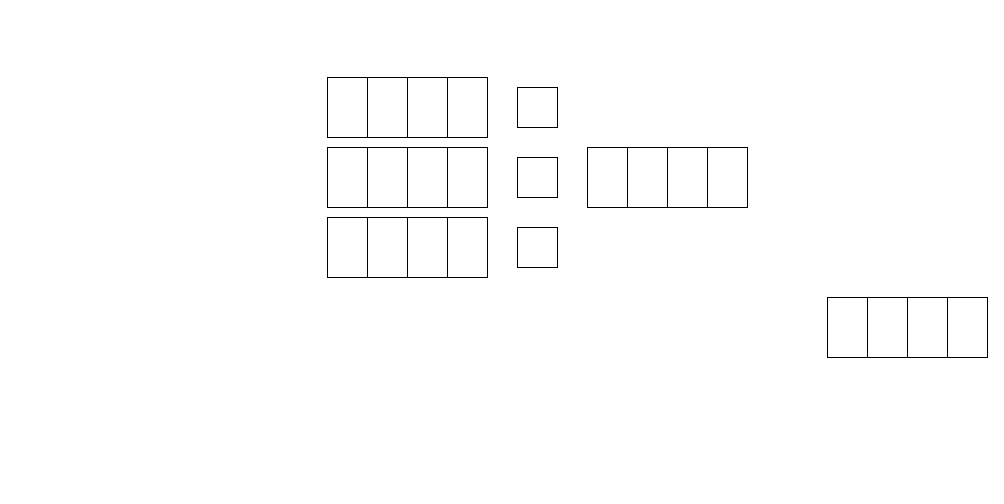
Earlier version of the draw.io diagram 未命名绘图.drawio (ZhangzeqingCN/api-project). Source tidied: cells renumbered, new cells numbered last; positions are measured from the earlier drawing's top-left corner, leaving out a move shared by most shapes. Both pictures are drawn from the tidied source at 100%, with x=0, y=0 at pixel (327, 77).
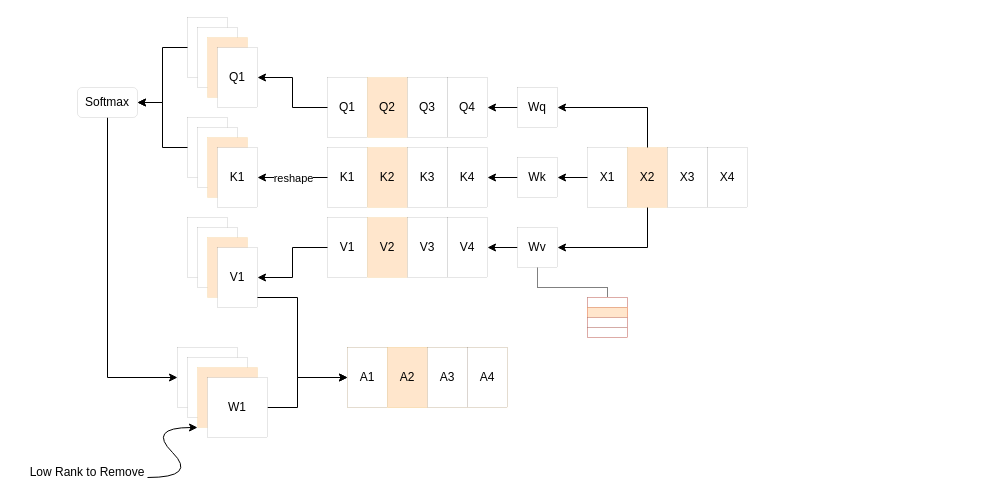
After the change.

Commit message (it also covers changes not shown here):
更新未命名绘图.drawio

What changed in the source:
```diff
@@
-    <mxCell id="2" style="rounded=0;whiteSpace=wrap;html=1;" parent="1" vertex="1">
-      <mxGeometry x="500" y="220" width="40" height="60" as="geometry" />
-    </mxCell>
-    <mxCell id="3" style="rounded=0;whiteSpace=wrap;html=1;" parent="1" vertex="1">
-      <mxGeometry x="540" y="220" width="40" height="60" as="geometry" />
-    </mxCell>
-    <mxCell id="4" style="rounded=0;whiteSpace=wrap;html=1;" parent="1" vertex="1">
-      <mxGeometry x="580" y="220" width="40" height="60" as="geometry" />
-    </mxCell>
-    <mxCell id="5" style="rounded=0;whiteSpace=wrap;html=1;" parent="1" vertex="1">
-      <mxGeometry x="620" y="220" width="40" height="60" as="geometry" />
-    </mxCell>
-    <mxCell id="6" style="group;" parent="1" vertex="1">
+    <mxCell id="6" style="group;strokeColor=none;fillColor=default;strokeWidth=0;" parent="1" vertex="1">
       <mxGeometry y="140" width="160" height="60" as="geometry" />
     </mxCell>
-    <mxCell id="7" style="rounded=0;whiteSpace=wrap;html=1;" parent="6" vertex="1">
+    <mxCell id="7" value="V1" style="rounded=0;whiteSpace=wrap;html=1;strokeWidth=0;" parent="6" vertex="1">
       <mxGeometry width="40" height="60" as="geometry" />
     </mxCell>
-    <mxCell id="8" style="rounded=0;whiteSpace=wrap;html=1;" parent="6" vertex="1">
+    <mxCell id="8" value="V2" style="rounded=0;whiteSpace=wrap;html=1;fillColor=#ffe6cc;strokeColor=#d79b00;strokeWidth=0;" parent="6" vertex="1">
       <mxGeometry x="40" width="40" height="60" as="geometry" />
     </mxCell>
-    <mxCell id="9" style="rounded=0;whiteSpace=wrap;html=1;" parent="6" vertex="1">
+    <mxCell id="9" value="V3" style="rounded=0;whiteSpace=wrap;html=1;strokeWidth=0;" parent="6" vertex="1">
       <mxGeometry x="80" width="40" height="60" as="geometry" />
     </mxCell>
-    <mxCell id="10" style="rounded=0;whiteSpace=wrap;html=1;" parent="6" vertex="1">
+    <mxCell id="10" value="V4" style="rounded=0;whiteSpace=wrap;html=1;strokeWidth=0;" parent="6" vertex="1">
       <mxGeometry x="120" width="40" height="60" as="geometry" />
     </mxCell>
-    <mxCell id="11" style="group;" parent="1" vertex="1">
+    <mxCell id="11" style="group;strokeWidth=0;" parent="1" vertex="1">
       <mxGeometry y="70" width="160" height="60" as="geometry" />
     </mxCell>
-    <mxCell id="12" style="rounded=0;whiteSpace=wrap;html=1;" parent="11" vertex="1">
+    <mxCell id="12" value="K1" style="rounded=0;whiteSpace=wrap;html=1;strokeWidth=0;" parent="11" vertex="1">
       <mxGeometry width="40" height="60" as="geometry" />
     </mxCell>
-    <mxCell id="13" style="rounded=0;whiteSpace=wrap;html=1;" parent="11" vertex="1">
+    <mxCell id="13" value="K2" style="rounded=0;whiteSpace=wrap;html=1;fillColor=#ffe6cc;strokeColor=#d79b00;strokeWidth=0;" parent="11" vertex="1">
       <mxGeometry x="40" width="40" height="60" as="geometry" />
     </mxCell>
-    <mxCell id="14" style="rounded=0;whiteSpace=wrap;html=1;" parent="11" vertex="1">
+    <mxCell id="14" value="K3" style="rounded=0;whiteSpace=wrap;html=1;strokeWidth=0;" parent="11" vertex="1">
       <mxGeometry x="80" width="40" height="60" as="geometry" />
     </mxCell>
-    <mxCell id="15" style="rounded=0;whiteSpace=wrap;html=1;" parent="11" vertex="1">
+    <mxCell id="15" value="K4" style="rounded=0;whiteSpace=wrap;html=1;strokeWidth=0;" parent="11" vertex="1">
       <mxGeometry x="120" width="40" height="60" as="geometry" />
     </mxCell>
-    <mxCell id="16" style="group;" parent="1" vertex="1">
+    <mxCell id="16" style="group;strokeWidth=0;" parent="1" vertex="1">
       <mxGeometry width="160" height="60" as="geometry" />
     </mxCell>
-    <mxCell id="17" style="rounded=0;whiteSpace=wrap;html=1;" parent="16" vertex="1">
+    <mxCell id="17" value="Q1" style="rounded=0;whiteSpace=wrap;html=1;strokeWidth=0;" parent="16" vertex="1">
       <mxGeometry width="40" height="60" as="geometry" />
     </mxCell>
-    <mxCell id="18" style="rounded=0;whiteSpace=wrap;html=1;" parent="16" vertex="1">
+    <mxCell id="18" value="Q2" style="rounded=0;whiteSpace=wrap;html=1;fillColor=#ffe6cc;strokeColor=#d79b00;strokeWidth=0;" parent="16" vertex="1">
       <mxGeometry x="40" width="40" height="60" as="geometry" />
     </mxCell>
-    <mxCell id="19" style="rounded=0;whiteSpace=wrap;html=1;" parent="16" vertex="1">
+    <mxCell id="19" value="Q3" style="rounded=0;whiteSpace=wrap;html=1;strokeWidth=0;" parent="16" vertex="1">
       <mxGeometry x="80" width="40" height="60" as="geometry" />
     </mxCell>
-    <mxCell id="20" style="rounded=0;whiteSpace=wrap;html=1;" parent="16" vertex="1">
+    <mxCell id="20" value="Q4" style="rounded=0;whiteSpace=wrap;html=1;strokeWidth=0;" parent="16" vertex="1">
       <mxGeometry x="120" width="40" height="60" as="geometry" />
     </mxCell>
-    <mxCell id="21" style="group;" parent="1" vertex="1">
+    <mxCell id="21" style="group;strokeWidth=0;" parent="1" vertex="1">
       <mxGeometry x="260" y="70" width="160" height="60" as="geometry" />
     </mxCell>
-    <mxCell id="22" style="rounded=0;whiteSpace=wrap;html=1;" parent="21" vertex="1">
+    <mxCell id="22" value="X1" style="rounded=0;whiteSpace=wrap;html=1;strokeWidth=0;" parent="21" vertex="1">
       <mxGeometry width="40" height="60" as="geometry" />
     </mxCell>
-    <mxCell id="23" style="rounded=0;whiteSpace=wrap;html=1;" parent="21" vertex="1">
+    <mxCell id="23" value="X2" style="rounded=0;whiteSpace=wrap;html=1;fillColor=#ffe6cc;strokeColor=#d79b00;strokeWidth=0;" parent="21" vertex="1">
       <mxGeometry x="40" width="40" height="60" as="geometry" />
     </mxCell>
-    <mxCell id="24" style="rounded=0;whiteSpace=wrap;html=1;" parent="21" vertex="1">
+    <mxCell id="24" value="X3" style="rounded=0;whiteSpace=wrap;html=1;strokeWidth=0;" parent="21" vertex="1">
       <mxGeometry x="80" width="40" height="60" as="geometry" />
     </mxCell>
-    <mxCell id="25" style="rounded=0;whiteSpace=wrap;html=1;" parent="21" vertex="1">
+    <mxCell id="25" value="X4" style="rounded=0;whiteSpace=wrap;html=1;strokeWidth=0;" parent="21" vertex="1">
       <mxGeometry x="120" width="40" height="60" as="geometry" />
     </mxCell>
+    <mxCell id="29" style="edgeStyle=orthogonalEdgeStyle;rounded=0;jettySize=auto;html=1;" parent="1" edge="1" source="26" target="20">
+      <mxGeometry relative="1" as="geometry" />
+    </mxCell>
-    <mxCell id="26" style="whiteSpace=wrap;html=1;" parent="1" vertex="1">
+    <mxCell id="26" value="Wq" style="whiteSpace=wrap;html=1;strokeWidth=0;" parent="1" vertex="1">
       <mxGeometry x="190" y="10" width="40" height="40" as="geometry" />
     </mxCell>
+    <mxCell id="30" style="edgeStyle=orthogonalEdgeStyle;rounded=0;jettySize=auto;html=1;" parent="1" edge="1" source="27" target="15">
+      <mxGeometry relative="1" as="geometry" />
+    </mxCell>
-    <mxCell id="27" style="whiteSpace=wrap;html=1;" parent="1" vertex="1">
+    <mxCell id="27" value="Wk" style="whiteSpace=wrap;html=1;strokeWidth=0;" parent="1" vertex="1">
       <mxGeometry x="190" y="80" width="40" height="40" as="geometry" />
     </mxCell>
+    <mxCell id="31" style="edgeStyle=orthogonalEdgeStyle;rounded=0;jettySize=auto;html=1;" parent="1" edge="1" source="28" target="10">
+      <mxGeometry relative="1" as="geometry" />
+    </mxCell>
+    <mxCell id="32" style="edgeStyle=orthogonalEdgeStyle;rounded=0;jettySize=auto;html=1;entryX=0.5;entryY=0;entryDx=0;entryDy=0;dashed=1;dashPattern=1 1;strokeColor=default;endArrow=none;startFill=0;strokeWidth=1;" parent="1" edge="1" source="28" target="72">
+      <mxGeometry relative="1" as="geometry">
+        <Array as="points">
+          <mxPoint x="210" y="210" />
+          <mxPoint x="280" y="210" />
+        </Array>
+      </mxGeometry>
+    </mxCell>
-    <mxCell id="28" style="whiteSpace=wrap;html=1;" parent="1" vertex="1">
+    <mxCell id="28" value="Wv" style="whiteSpace=wrap;html=1;strokeWidth=0;" parent="1" vertex="1">
       <mxGeometry x="190" y="150" width="40" height="40" as="geometry" />
     </mxCell>
+    <mxCell id="33" style="edgeStyle=orthogonalEdgeStyle;rounded=0;jettySize=auto;html=1;entryX=1;entryY=0.5;entryDx=0;entryDy=0;" parent="1" edge="1" source="22" target="27">
+      <mxGeometry relative="1" as="geometry" />
+    </mxCell>
+    <mxCell id="34" style="edgeStyle=orthogonalEdgeStyle;rounded=0;jettySize=auto;html=1;entryX=1;entryY=0.5;entryDx=0;entryDy=0;" parent="1" edge="1" source="23" target="28">
+      <mxGeometry relative="1" as="geometry">
+        <Array as="points">
+          <mxPoint x="320" y="170" />
+        </Array>
+      </mxGeometry>
+    </mxCell>
+    <mxCell id="35" style="edgeStyle=orthogonalEdgeStyle;rounded=0;jettySize=auto;html=1;entryX=1;entryY=0.5;entryDx=0;entryDy=0;" parent="1" edge="1" source="23" target="26">
+      <mxGeometry relative="1" as="geometry">
+        <Array as="points">
+          <mxPoint x="320" y="30" />
+        </Array>
+      </mxGeometry>
+    </mxCell>
+    <mxCell id="36" style="group;strokeWidth=0;" parent="1" vertex="1">
+      <mxGeometry x="-140" y="-60" width="70" height="90" as="geometry" />
+    </mxCell>
+    <mxCell id="37" style="rounded=0;whiteSpace=wrap;html=1;strokeWidth=0;" parent="36" vertex="1">
+      <mxGeometry width="40" height="60" as="geometry" />
+    </mxCell>
+    <mxCell id="38" style="rounded=0;whiteSpace=wrap;html=1;strokeWidth=0;" parent="36" vertex="1">
+      <mxGeometry x="10" y="10" width="40" height="60" as="geometry" />
+    </mxCell>
+    <mxCell id="39" style="rounded=0;whiteSpace=wrap;html=1;fillColor=#ffe6cc;strokeColor=#d79b00;strokeWidth=0;" parent="36" vertex="1">
+      <mxGeometry x="20" y="20" width="40" height="60" as="geometry" />
+    </mxCell>
+    <mxCell id="40" value="Q1" style="rounded=0;whiteSpace=wrap;html=1;strokeWidth=0;" parent="36" vertex="1">
+      <mxGeometry x="30" y="30" width="40" height="60" as="geometry" />
+    </mxCell>
+    <mxCell id="41" style="group;strokeWidth=0;" parent="1" vertex="1">
+      <mxGeometry x="-140" y="40" width="70" height="90" as="geometry" />
+    </mxCell>
+    <mxCell id="42" style="rounded=0;whiteSpace=wrap;html=1;strokeWidth=0;" parent="41" vertex="1">
+      <mxGeometry width="40" height="60" as="geometry" />
+    </mxCell>
+    <mxCell id="43" style="rounded=0;whiteSpace=wrap;html=1;strokeWidth=0;" parent="41" vertex="1">
+      <mxGeometry x="10" y="10" width="40" height="60" as="geometry" />
+    </mxCell>
+    <mxCell id="44" style="rounded=0;whiteSpace=wrap;html=1;fillColor=#ffe6cc;strokeColor=#d79b00;strokeWidth=0;" parent="41" vertex="1">
+      <mxGeometry x="20" y="20" width="40" height="60" as="geometry" />
+    </mxCell>
+    <mxCell id="45" value="K1" style="rounded=0;whiteSpace=wrap;html=1;strokeWidth=0;" parent="41" vertex="1">
+      <mxGeometry x="30" y="30" width="40" height="60" as="geometry" />
+    </mxCell>
+    <mxCell id="46" style="group;strokeWidth=0;" parent="1" vertex="1">
+      <mxGeometry x="-140" y="140" width="70" height="90" as="geometry" />
+    </mxCell>
+    <mxCell id="47" style="rounded=0;whiteSpace=wrap;html=1;strokeWidth=0;" parent="46" vertex="1">
+      <mxGeometry width="40" height="60" as="geometry" />
+    </mxCell>
+    <mxCell id="48" style="rounded=0;whiteSpace=wrap;html=1;strokeWidth=0;" parent="46" vertex="1">
+      <mxGeometry x="10" y="10" width="40" height="60" as="geometry" />
+    </mxCell>
+    <mxCell id="49" style="rounded=0;whiteSpace=wrap;html=1;fillColor=#ffe6cc;strokeColor=#d79b00;strokeWidth=0;" parent="46" vertex="1">
+      <mxGeometry x="20" y="20" width="40" height="60" as="geometry" />
+    </mxCell>
+    <mxCell id="50" value="V1" style="rounded=0;whiteSpace=wrap;html=1;strokeWidth=0;" parent="46" vertex="1">
+      <mxGeometry x="30" y="30" width="40" height="60" as="geometry" />
+    </mxCell>
+    <mxCell id="51" style="edgeStyle=orthogonalEdgeStyle;rounded=0;jettySize=auto;html=1;" parent="1" edge="1" source="17" target="40">
+      <mxGeometry relative="1" as="geometry" />
+    </mxCell>
+    <mxCell id="52" style="edgeStyle=orthogonalEdgeStyle;rounded=0;jettySize=auto;html=1;" parent="1" edge="1" source="12" target="45">
+      <mxGeometry relative="1" as="geometry" />
+    </mxCell>
+    <mxCell id="53" value="reshape" style="edgeLabel;html=1;align=center;verticalAlign=middle;" parent="52" vertex="1">
+      <mxGeometry x="-0.01" y="2" relative="1" as="geometry">
+        <mxPoint y="-2" as="offset" />
+      </mxGeometry>
+    </mxCell>
+    <mxCell id="54" style="edgeStyle=orthogonalEdgeStyle;rounded=0;jettySize=auto;html=1;" parent="1" edge="1" source="7" target="50">
+      <mxGeometry relative="1" as="geometry" />
+    </mxCell>
+    <mxCell id="55" style="group;" parent="1" vertex="1">
+      <mxGeometry x="-150" y="270" width="90" height="90" as="geometry" />
+    </mxCell>
+    <mxCell id="56" style="rounded=0;whiteSpace=wrap;html=1;strokeWidth=0;" parent="55" vertex="1">
+      <mxGeometry width="60" height="60" as="geometry" />
+    </mxCell>
+    <mxCell id="57" style="rounded=0;whiteSpace=wrap;html=1;strokeWidth=0;" parent="55" vertex="1">
+      <mxGeometry x="10" y="10" width="60" height="60" as="geometry" />
+    </mxCell>
+    <mxCell id="58" style="rounded=0;whiteSpace=wrap;html=1;fillColor=#ffe6cc;strokeColor=#d79b00;strokeWidth=0;" parent="55" vertex="1">
+      <mxGeometry x="20" y="20" width="60" height="60" as="geometry" />
+    </mxCell>
+    <mxCell id="59" style="edgeStyle=orthogonalEdgeStyle;rounded=0;jettySize=auto;html=1;exitX=1;exitY=0.5;exitDx=0;exitDy=0;strokeWidth=1;" parent="55" edge="1" source="60">
+      <mxGeometry relative="1" as="geometry">
+        <mxPoint x="170" y="30" as="targetPoint" />
+        <Array as="points">
+          <mxPoint x="120" y="60" />
+          <mxPoint x="120" y="30" />
+        </Array>
+      </mxGeometry>
+    </mxCell>
+    <mxCell id="60" value="W1" style="rounded=0;whiteSpace=wrap;html=1;strokeWidth=0;" parent="55" vertex="1">
+      <mxGeometry x="30" y="30" width="60" height="60" as="geometry" />
+    </mxCell>
+    <mxCell id="61" style="edgeStyle=orthogonalEdgeStyle;rounded=0;jettySize=auto;html=1;entryX=0;entryY=0.5;entryDx=0;entryDy=0;" parent="1" edge="1" source="62" target="56">
+      <mxGeometry relative="1" as="geometry">
+        <Array as="points">
+          <mxPoint x="-220" y="300" />
+        </Array>
+      </mxGeometry>
+    </mxCell>
+    <mxCell id="62" value="Softmax" style="rounded=1;whiteSpace=wrap;html=1;strokeWidth=0;" parent="1" vertex="1">
+      <mxGeometry x="-250" y="10" width="60" height="30" as="geometry" />
+    </mxCell>
+    <mxCell id="63" style="edgeStyle=orthogonalEdgeStyle;rounded=0;jettySize=auto;html=1;entryX=1;entryY=0.5;entryDx=0;entryDy=0;" parent="1" edge="1" source="37" target="62">
+      <mxGeometry relative="1" as="geometry" />
+    </mxCell>
+    <mxCell id="64" style="edgeStyle=orthogonalEdgeStyle;rounded=0;jettySize=auto;html=1;exitX=0;exitY=0.5;exitDx=0;exitDy=0;entryX=1;entryY=0.5;entryDx=0;entryDy=0;" parent="1" edge="1" source="42" target="62">
+      <mxGeometry relative="1" as="geometry" />
+    </mxCell>
+    <mxCell id="65" style="group;fillColor=#ffe6cc;strokeColor=#d79b00;strokeWidth=0;" parent="1" vertex="1">
+      <mxGeometry x="20" y="270" width="160" height="60" as="geometry" />
+    </mxCell>
+    <mxCell id="66" value="A1" style="rounded=0;whiteSpace=wrap;html=1;strokeWidth=0;" parent="65" vertex="1">
+      <mxGeometry width="40" height="60" as="geometry" />
+    </mxCell>
+    <mxCell id="67" value="A2" style="rounded=0;whiteSpace=wrap;html=1;fillColor=#ffe6cc;strokeColor=#d79b00;strokeWidth=0;" parent="65" vertex="1">
+      <mxGeometry x="40" width="40" height="60" as="geometry" />
+    </mxCell>
+    <mxCell id="68" value="A3" style="rounded=0;whiteSpace=wrap;html=1;strokeWidth=0;" parent="65" vertex="1">
+      <mxGeometry x="80" width="40" height="60" as="geometry" />
+    </mxCell>
+    <mxCell id="69" value="A4" style="rounded=0;whiteSpace=wrap;html=1;strokeWidth=0;" parent="65" vertex="1">
+      <mxGeometry x="120" width="40" height="60" as="geometry" />
+    </mxCell>
+    <mxCell id="70" style="edgeStyle=orthogonalEdgeStyle;rounded=0;jettySize=auto;html=1;entryX=0;entryY=0.5;entryDx=0;entryDy=0;" parent="1" edge="1" source="50" target="66">
+      <mxGeometry relative="1" as="geometry">
+        <Array as="points">
+          <mxPoint x="-30" y="220" />
+          <mxPoint x="-30" y="300" />
+        </Array>
+      </mxGeometry>
+    </mxCell>
+    <mxCell id="71" style="group;fillColor=#e51400;fontColor=#ffffff;strokeColor=#B20000;strokeWidth=0;" parent="1" vertex="1">
+      <mxGeometry x="260" y="220" width="40" height="40" as="geometry" />
+    </mxCell>
+    <mxCell id="72" style="whiteSpace=wrap;html=1;strokeWidth=0;" parent="71" vertex="1">
+      <mxGeometry width="40" height="10" as="geometry" />
+    </mxCell>
+    <mxCell id="73" style="whiteSpace=wrap;html=1;fillColor=#ffe6cc;strokeColor=#d79b00;strokeWidth=0;" parent="71" vertex="1">
+      <mxGeometry y="10" width="40" height="10" as="geometry" />
+    </mxCell>
+    <mxCell id="74" style="whiteSpace=wrap;html=1;strokeWidth=0;" parent="71" vertex="1">
+      <mxGeometry y="20" width="40" height="10" as="geometry" />
+    </mxCell>
+    <mxCell id="75" style="whiteSpace=wrap;html=1;strokeWidth=0;" parent="71" vertex="1">
+      <mxGeometry y="30" width="40" height="10" as="geometry" />
+    </mxCell>
+    <mxCell id="76" value="Low Rank to Remove" style="text;html=1;align=center;verticalAlign=middle;whiteSpace=wrap;rounded=0;" parent="1" vertex="1">
+      <mxGeometry x="-310" y="380" width="140" height="30" as="geometry" />
+    </mxCell>
+    <mxCell id="77" style="curved=1;endArrow=classic;html=1;rounded=0;" parent="1" edge="1">
+      <mxGeometry relative="1" as="geometry">
+        <mxPoint x="-180" y="400" as="sourcePoint" />
+        <mxPoint x="-130" y="350" as="targetPoint" />
+        <Array as="points">
+          <mxPoint x="-130" y="400" />
+          <mxPoint x="-180" y="350" />
+        </Array>
+      </mxGeometry>
+    </mxCell>
```
